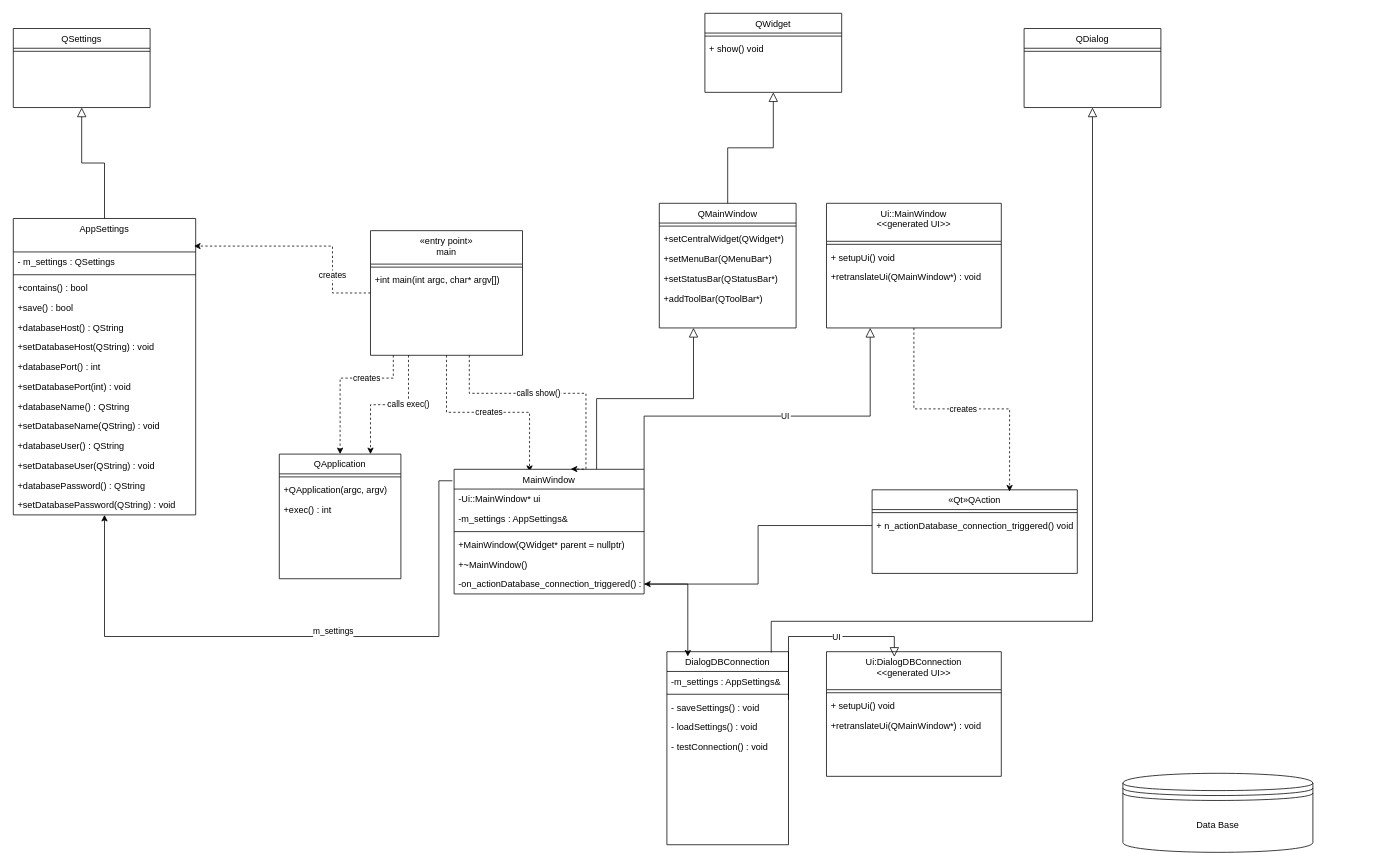
Above: Storage2.drawio in FRomich/Storage2 (draw.io), before the change. Source tidied: cells renumbered, new cells numbered last; positions are measured from the earlier drawing's top-left corner, leaving out a move shared by most shapes. Both pictures are drawn from the tidied source at 76%, with x=0, y=0 at pixel (13, 13).
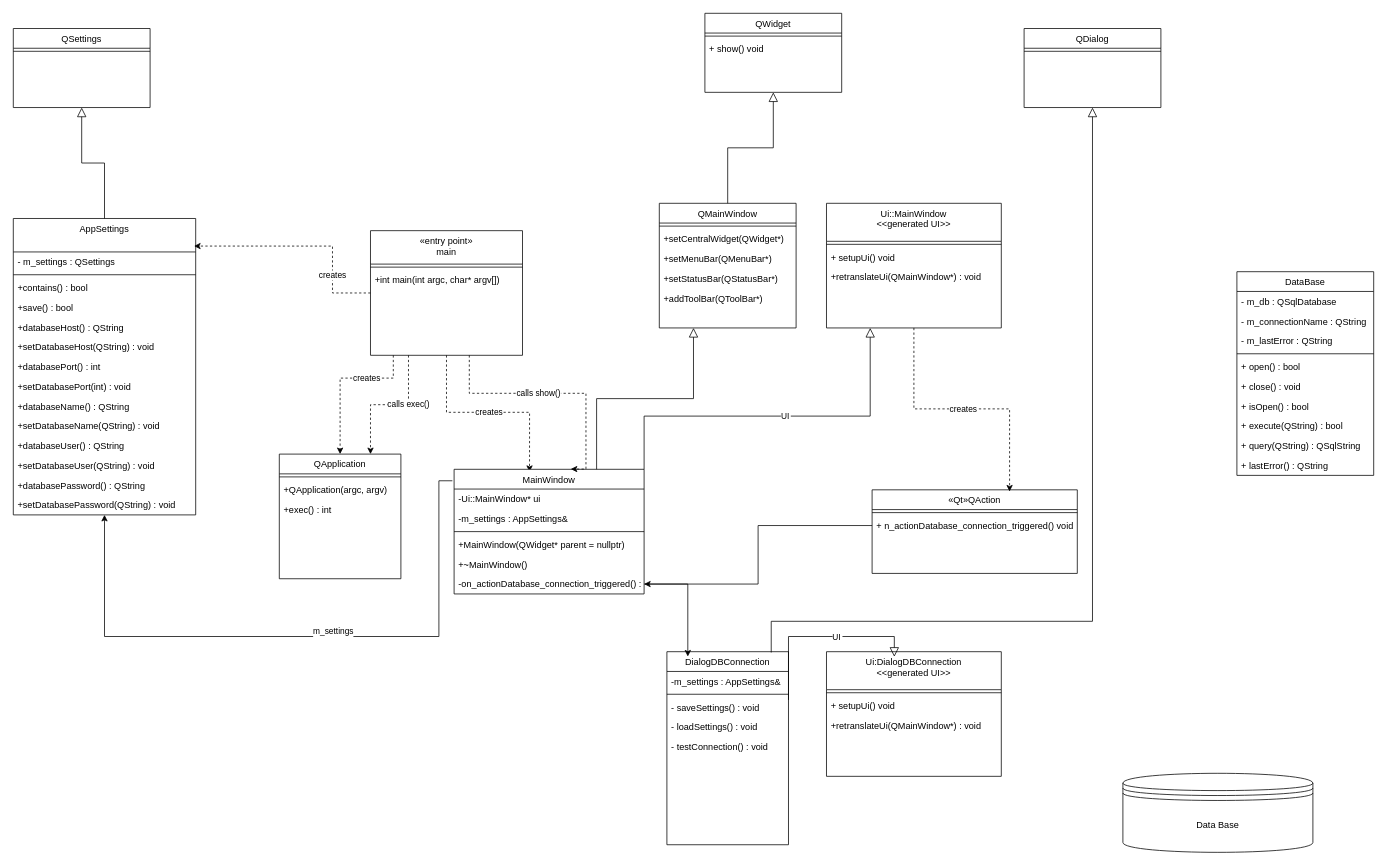
The same diagram, later.

Change to the diagram source:
```diff
@@
+    <mxCell id="77" value="DataBase" style="swimlane;fontStyle=0;align=center;verticalAlign=top;horizontal=1;startSize=26;rounded=0;shadow=0;strokeWidth=1;" parent="1" vertex="1">
+      <mxGeometry x="1610" y="340" width="180" height="268" as="geometry" />
+    </mxCell>
+    <mxCell id="78" value="- m_db : QSqlDatabase" style="text;align=left;verticalAlign=top;spacingLeft=4;spacingRight=4;overflow=hidden;" parent="77" vertex="1">
+      <mxGeometry y="26" width="180" height="26" as="geometry" />
+    </mxCell>
+    <mxCell id="79" value="- m_connectionName : QString" style="text;align=left;verticalAlign=top;spacingLeft=4;spacingRight=4;overflow=hidden;" parent="77" vertex="1">
+      <mxGeometry y="52" width="180" height="26" as="geometry" />
+    </mxCell>
+    <mxCell id="80" value="- m_lastError : QString" style="text;align=left;verticalAlign=top;spacingLeft=4;spacingRight=4;overflow=hidden;" parent="77" vertex="1">
+      <mxGeometry y="78" width="180" height="26" as="geometry" />
+    </mxCell>
+    <mxCell id="81" style="line;html=1;strokeWidth=1;align=left;verticalAlign=middle;spacingTop=-1;spacingLeft=3;spacingRight=3;labelPosition=right;" parent="77" vertex="1">
+      <mxGeometry y="104" width="180" height="8" as="geometry" />
+    </mxCell>
+    <mxCell id="82" value="+ open() : bool" style="text;align=left;verticalAlign=top;spacingLeft=4;spacingRight=4;overflow=hidden;" parent="77" vertex="1">
+      <mxGeometry y="112" width="180" height="26" as="geometry" />
+    </mxCell>
+    <mxCell id="83" value="+ close() : void" style="text;align=left;verticalAlign=top;spacingLeft=4;spacingRight=4;overflow=hidden;" parent="77" vertex="1">
+      <mxGeometry y="138" width="180" height="26" as="geometry" />
+    </mxCell>
+    <mxCell id="84" value="+ isOpen() : bool" style="text;align=left;verticalAlign=top;spacingLeft=4;spacingRight=4;overflow=hidden;" parent="77" vertex="1">
+      <mxGeometry y="164" width="180" height="26" as="geometry" />
+    </mxCell>
+    <mxCell id="85" value="+ execute(QString) : bool" style="text;align=left;verticalAlign=top;spacingLeft=4;spacingRight=4;overflow=hidden;" parent="77" vertex="1">
+      <mxGeometry y="190" width="180" height="26" as="geometry" />
+    </mxCell>
+    <mxCell id="86" value="+ query(QString) : QSqlString" style="text;align=left;verticalAlign=top;spacingLeft=4;spacingRight=4;overflow=hidden;" parent="77" vertex="1">
+      <mxGeometry y="216" width="180" height="26" as="geometry" />
+    </mxCell>
+    <mxCell id="87" value="+ lastError() : QString" style="text;align=left;verticalAlign=top;spacingLeft=4;spacingRight=4;overflow=hidden;" parent="77" vertex="1">
+      <mxGeometry y="242" width="180" height="26" as="geometry" />
+    </mxCell>
```
